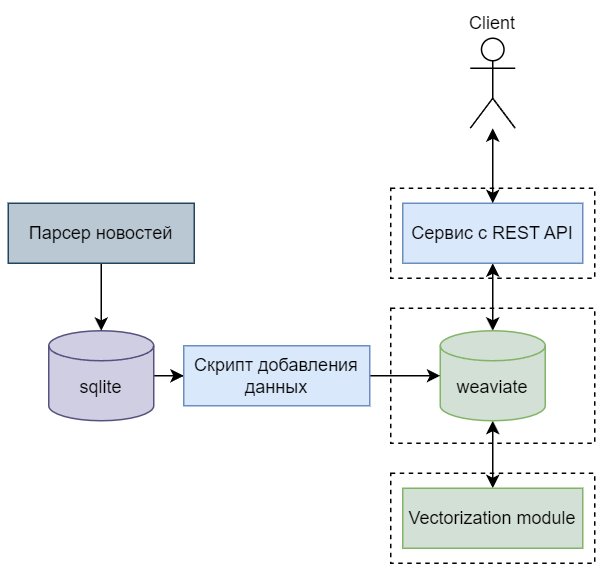
This is images/system-architecture.png from baaazik/diplom, a draw.io export, as it was before one commit. Source tidied: cells renumbered, new cells last; positions are measured from the earlier drawing's top-left corner, leaving out a move shared by most shapes.
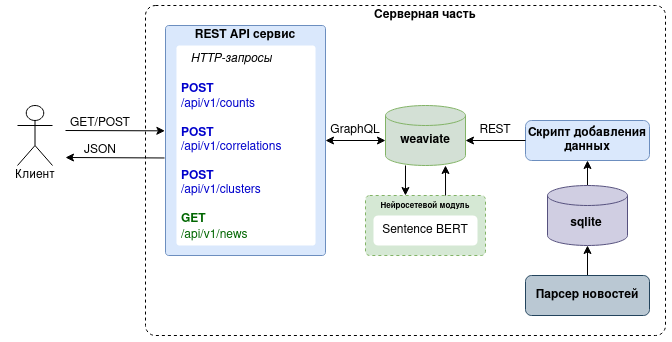
After the commit.

Change to the diagram source:
```diff
@@ -2,62 +2,99 @@
   <root>
     <mxCell id="0" />
     <mxCell id="1" parent="0" />
+    <mxCell id="21" style="rounded=0;whiteSpace=wrap;html=1;fillColor=none;strokeColor=none;" parent="1" vertex="1">
+      <mxGeometry x="397" y="440" width="80" height="60" as="geometry" />
+    </mxCell>
-    <mxCell id="2" style="rounded=0;whiteSpace=wrap;html=1;dashed=1;" parent="1" vertex="1">
-      <mxGeometry x="255" y="200" width="136" height="90" as="geometry" />
+    <mxCell id="2" style="rounded=1;whiteSpace=wrap;html=1;dashed=1;fillColor=none;arcSize=3;" parent="1" vertex="1">
+      <mxGeometry x="157" y="340" width="520" height="330" as="geometry" />
     </mxCell>
-    <mxCell id="3" style="rounded=0;whiteSpace=wrap;html=1;dashed=1;" parent="1" vertex="1">
-      <mxGeometry x="255" y="310" width="136" height="60" as="geometry" />
-    </mxCell>
-    <mxCell id="4" style="rounded=0;whiteSpace=wrap;html=1;dashed=1;" parent="1" vertex="1">
-      <mxGeometry x="255" y="120" width="136" height="60" as="geometry" />
-    </mxCell>
-    <mxCell id="5" style="edgeStyle=orthogonalEdgeStyle;rounded=0;jettySize=auto;html=1;entryX=0.5;entryY=1;entryDx=0;entryDy=0;entryPerimeter=0;startArrow=classic;startFill=1;" parent="1" edge="1" source="6" target="15">
-      <mxGeometry relative="1" as="geometry" />
-    </mxCell>
-    <mxCell id="6" value="Vectorization module" style="rounded=0;whiteSpace=wrap;html=1;fillColor=#D3E0D5;strokeColor=#82b366;" parent="1" vertex="1">
-      <mxGeometry x="263" y="320" width="120" height="40" as="geometry" />
-    </mxCell>
-    <mxCell id="7" style="edgeStyle=orthogonalEdgeStyle;rounded=0;jettySize=auto;html=1;startArrow=classic;startFill=1;" parent="1" edge="1" source="8" target="15">
-      <mxGeometry relative="1" as="geometry" />
-    </mxCell>
-    <mxCell id="8" value="Сервис с REST API" style="rounded=0;whiteSpace=wrap;html=1;fillColor=#dae8fc;strokeColor=#6c8ebf;" parent="1" vertex="1">
-      <mxGeometry x="263" y="130" width="120" height="40" as="geometry" />
-    </mxCell>
-    <mxCell id="9" style="edgeStyle=orthogonalEdgeStyle;rounded=0;jettySize=auto;html=1;startArrow=classic;startFill=1;" parent="1" edge="1" source="10" target="8">
-      <mxGeometry relative="1" as="geometry" />
-    </mxCell>
-    <mxCell id="10" style="shape=umlActor;verticalLabelPosition=bottom;verticalAlign=top;html=1;outlineConnect=0;" parent="1" vertex="1">
-      <mxGeometry x="308" y="20" width="30" height="60" as="geometry" />
-    </mxCell>
-    <mxCell id="11" value="Client" style="text;html=1;strokeColor=none;fillColor=none;align=center;verticalAlign=middle;whiteSpace=wrap;rounded=0;" parent="1" vertex="1">
-      <mxGeometry x="293" width="60" height="20" as="geometry" />
-    </mxCell>
     <mxCell id="12" style="edgeStyle=orthogonalEdgeStyle;rounded=0;jettySize=auto;html=1;" parent="1" edge="1" source="13" target="18">
       <mxGeometry relative="1" as="geometry" />
     </mxCell>
     <mxCell id="13" style="strokeWidth=1;html=1;shape=mxgraph.flowchart.database;whiteSpace=wrap;fillColor=#d0cee2;strokeColor=#56517e;" parent="1" vertex="1">
-      <mxGeometry x="27" y="215" width="70" height="60" as="geometry" />
+      <mxGeometry x="559" y="520" width="80" height="60" as="geometry" />
     </mxCell>
-    <mxCell id="14" value="sqlite" style="text;html=1;strokeColor=none;fillColor=none;align=center;verticalAlign=middle;whiteSpace=wrap;rounded=0;" parent="1" vertex="1">
-      <mxGeometry x="27" y="245" width="70" height="15" as="geometry" />
+    <mxCell id="14" value="&lt;b&gt;sqlite&lt;/b&gt;" style="text;html=1;strokeColor=none;fillColor=none;align=center;verticalAlign=middle;whiteSpace=wrap;rounded=0;" parent="1" vertex="1">
+      <mxGeometry x="559" y="550" width="78" height="15" as="geometry" />
     </mxCell>
     <mxCell id="15" style="strokeWidth=1;html=1;shape=mxgraph.flowchart.database;whiteSpace=wrap;fillColor=#D3E0D5;strokeColor=#82b366;" parent="1" vertex="1">
-      <mxGeometry x="288" y="215" width="70" height="60" as="geometry" />
+      <mxGeometry x="397" y="440" width="80" height="60" as="geometry" />
     </mxCell>
-    <mxCell id="16" value="weaviate" style="text;html=1;strokeColor=none;fillColor=none;align=center;verticalAlign=middle;whiteSpace=wrap;rounded=0;" parent="1" vertex="1">
-      <mxGeometry x="298" y="245" width="50" height="15" as="geometry" />
+    <mxCell id="16" value="&lt;b&gt;weaviate&lt;/b&gt;" style="text;html=1;strokeColor=none;fillColor=none;align=center;verticalAlign=middle;whiteSpace=wrap;rounded=0;" parent="1" vertex="1">
+      <mxGeometry x="397" y="467.5" width="80" height="15" as="geometry" />
     </mxCell>
-    <mxCell id="17" style="edgeStyle=orthogonalEdgeStyle;rounded=0;jettySize=auto;html=1;" parent="1" edge="1" source="18" target="15">
-      <mxGeometry relative="1" as="geometry" />
-    </mxCell>
-    <mxCell id="18" value="Скрипт добавления данных" style="rounded=0;whiteSpace=wrap;html=1;fillColor=#dae8fc;strokeColor=#6c8ebf;" parent="1" vertex="1">
-      <mxGeometry x="117" y="225" width="124" height="40" as="geometry" />
+    <mxCell id="18" value="&lt;b&gt;Скрипт добавления данных&lt;/b&gt;" style="rounded=1;whiteSpace=wrap;html=1;fillColor=#dae8fc;strokeColor=#6c8ebf;" parent="1" vertex="1">
+      <mxGeometry x="537" y="455" width="124" height="40" as="geometry" />
     </mxCell>
-    <mxCell id="19" style="edgeStyle=orthogonalEdgeStyle;rounded=0;jettySize=auto;html=1;entryX=0.5;entryY=0;entryDx=0;entryDy=0;entryPerimeter=0;" parent="1" edge="1" source="20" target="13">
+    <mxCell id="19" style="edgeStyle=orthogonalEdgeStyle;rounded=0;jettySize=auto;html=1;entryX=0.5;entryY=1;entryDx=0;entryDy=0;entryPerimeter=0;" parent="1" edge="1" source="20" target="13">
       <mxGeometry relative="1" as="geometry" />
     </mxCell>
-    <mxCell id="20" value="Парсер новостей" style="rounded=0;whiteSpace=wrap;html=1;fillColor=#bac8d3;strokeColor=#23445d;" parent="1" vertex="1">
-      <mxGeometry y="130" width="124" height="40" as="geometry" />
+    <mxCell id="20" value="&lt;b&gt;Парсер новостей&lt;/b&gt;" style="rounded=1;whiteSpace=wrap;html=1;fillColor=#bac8d3;strokeColor=#23445d;" parent="1" vertex="1">
+      <mxGeometry x="537" y="610" width="124" height="40" as="geometry" />
     </mxCell>
+    <mxCell id="22" style="rounded=1;whiteSpace=wrap;html=1;fillColor=#d5e8d4;strokeColor=#82b366;dashed=1;arcSize=7;" parent="1" vertex="1">
+      <mxGeometry x="377" y="530" width="120" height="60" as="geometry" />
+    </mxCell>
+    <mxCell id="23" value="&lt;b&gt;&lt;font style=&quot;font-size: 8px;&quot;&gt;Нейросетевой модуль&lt;br&gt;&lt;/font&gt;&lt;/b&gt;" style="text;html=1;strokeColor=none;fillColor=none;align=center;verticalAlign=middle;whiteSpace=wrap;rounded=0;" parent="1" vertex="1">
+      <mxGeometry x="377" y="530" width="120" height="20" as="geometry" />
+    </mxCell>
+    <mxCell id="24" value="Sentence BERT" style="rounded=1;whiteSpace=wrap;html=1;strokeColor=none;" parent="1" vertex="1">
+      <mxGeometry x="385" y="550" width="104" height="30" as="geometry" />
+    </mxCell>
+    <mxCell id="25" style="rounded=1;whiteSpace=wrap;html=1;fillColor=#dae8fc;strokeColor=#6c8ebf;arcSize=2;" parent="1" vertex="1">
+      <mxGeometry x="177" y="360" width="160" height="230" as="geometry" />
+    </mxCell>
+    <mxCell id="26" value="&lt;b&gt;REST API сервис&lt;br&gt;&lt;/b&gt;" style="text;html=1;strokeColor=none;fillColor=none;align=center;verticalAlign=middle;whiteSpace=wrap;rounded=0;" parent="1" vertex="1">
+      <mxGeometry x="177" y="360" width="160" height="20" as="geometry" />
+    </mxCell>
+    <mxCell id="27" value="&lt;div&gt;&lt;i&gt;&lt;br&gt;&lt;/i&gt;&lt;/div&gt;&lt;div align=&quot;center&quot;&gt;&lt;i&gt;HTTP-запросы&lt;/i&gt;&lt;/div&gt;&lt;div align=&quot;center&quot;&gt;&lt;i&gt;&lt;br&gt;&lt;/i&gt;&lt;/div&gt;&lt;div align=&quot;left&quot;&gt;&lt;font color=&quot;#0000cc&quot;&gt;&lt;b&gt;POST&lt;/b&gt;&lt;/font&gt;&lt;/div&gt;&lt;div align=&quot;left&quot;&gt;&lt;font color=&quot;#0000cc&quot;&gt;/api/v1/counts&lt;/font&gt;&lt;/div&gt;&lt;div align=&quot;left&quot;&gt;&lt;font color=&quot;#0000cc&quot;&gt;&lt;br&gt;&lt;/font&gt;&lt;/div&gt;&lt;div align=&quot;left&quot;&gt;&lt;font color=&quot;#0000cc&quot;&gt;&lt;b&gt;POST&lt;/b&gt;&lt;/font&gt;&lt;/div&gt;&lt;div align=&quot;left&quot;&gt;&lt;font color=&quot;#0000cc&quot;&gt;/api/v1/correlations&lt;/font&gt;&lt;/div&gt;&lt;div align=&quot;left&quot;&gt;&lt;font color=&quot;#0000cc&quot;&gt;&lt;br&gt;&lt;/font&gt;&lt;/div&gt;&lt;div align=&quot;left&quot;&gt;&lt;font color=&quot;#0000cc&quot;&gt;&lt;b&gt;POST&lt;/b&gt;&lt;/font&gt;&lt;/div&gt;&lt;div align=&quot;left&quot;&gt;&lt;font color=&quot;#0000cc&quot;&gt;/api/v1/clusters&lt;/font&gt;&lt;/div&gt;&lt;div align=&quot;left&quot;&gt;&lt;br&gt;&lt;/div&gt;&lt;div align=&quot;left&quot;&gt;&lt;font color=&quot;#006600&quot;&gt;&lt;b&gt;GET&lt;/b&gt;&lt;/font&gt;&lt;/div&gt;&lt;div align=&quot;left&quot;&gt;&lt;font color=&quot;#006600&quot;&gt;/api/v1/news&lt;i&gt;&lt;br&gt;&lt;/i&gt;&lt;/font&gt;&lt;/div&gt;&lt;div align=&quot;center&quot;&gt;&lt;i&gt;&lt;br&gt;&lt;/i&gt;&lt;/div&gt;" style="text;html=1;strokeColor=none;fillColor=default;spacing=5;spacingTop=-20;whiteSpace=wrap;overflow=hidden;rounded=1;arcSize=2;" parent="1" vertex="1">
+      <mxGeometry x="188" y="380" width="139" height="200" as="geometry" />
+    </mxCell>
+    <mxCell id="28" style="endArrow=classic;html=1;rounded=0;entryX=-0.004;entryY=0.458;entryDx=0;entryDy=0;entryPerimeter=0;" parent="1" edge="1" target="25">
+      <mxGeometry relative="1" as="geometry">
+        <mxPoint x="77" y="465" as="sourcePoint" />
+      </mxGeometry>
+    </mxCell>
+    <mxCell id="29" style="endArrow=classic;html=1;rounded=0;exitX=-0.006;exitY=0.576;exitDx=0;exitDy=0;exitPerimeter=0;" parent="1" edge="1" source="25">
+      <mxGeometry relative="1" as="geometry">
+        <mxPoint x="77" y="492" as="targetPoint" />
+      </mxGeometry>
+    </mxCell>
+    <mxCell id="30" value="JSON" style="text;html=1;strokeColor=none;fillColor=none;align=center;verticalAlign=middle;whiteSpace=wrap;rounded=0;" parent="1" vertex="1">
+      <mxGeometry x="76.5" y="475" width="70" height="20" as="geometry" />
+    </mxCell>
+    <mxCell id="31" style="group;" parent="1" vertex="1">
+      <mxGeometry x="16.5" y="440" width="60" height="80" as="geometry" />
+    </mxCell>
+    <mxCell id="10" style="shape=umlActor;verticalLabelPosition=bottom;verticalAlign=top;html=1;outlineConnect=0;" parent="31" vertex="1">
+      <mxGeometry x="12.5" width="35" height="60" as="geometry" />
+    </mxCell>
+    <mxCell id="11" value="Клиент" style="text;html=1;strokeColor=none;fillColor=none;align=center;verticalAlign=middle;whiteSpace=wrap;rounded=0;" parent="31" vertex="1">
+      <mxGeometry y="60" width="60" height="20" as="geometry" />
+    </mxCell>
+    <mxCell id="32" value="GET/POST" style="text;html=1;strokeColor=none;fillColor=none;align=center;verticalAlign=middle;whiteSpace=wrap;rounded=0;" parent="1" vertex="1">
+      <mxGeometry x="76.5" y="450" width="70" height="15" as="geometry" />
+    </mxCell>
+    <mxCell id="33" value="GraphQL" style="text;html=1;strokeColor=none;fillColor=none;align=center;verticalAlign=middle;whiteSpace=wrap;rounded=0;" parent="1" vertex="1">
+      <mxGeometry x="337" y="450" width="60" height="30" as="geometry" />
+    </mxCell>
+    <mxCell id="34" style="endArrow=none;startArrow=classic;html=1;rounded=0;exitX=0.333;exitY=0;exitDx=0;exitDy=0;exitPerimeter=0;entryX=0.25;entryY=1;entryDx=0;entryDy=0;endFill=0;" parent="1" edge="1" source="23" target="21">
+      <mxGeometry relative="1" as="geometry" />
+    </mxCell>
+    <mxCell id="35" style="endArrow=classic;startArrow=none;html=1;rounded=0;exitX=0.667;exitY=0;exitDx=0;exitDy=0;exitPerimeter=0;entryX=0.75;entryY=1;entryDx=0;entryDy=0;startFill=0;" parent="1" edge="1" source="23" target="21">
+      <mxGeometry relative="1" as="geometry" />
+    </mxCell>
+    <mxCell id="36" style="endArrow=classic;startArrow=classic;html=1;rounded=0;exitX=0;exitY=0.5;exitDx=0;exitDy=0;entryX=1;entryY=0.5;entryDx=0;entryDy=0;" parent="1" edge="1" source="16" target="25">
+      <mxGeometry relative="1" as="geometry" />
+    </mxCell>
+    <mxCell id="37" style="endArrow=classic;html=1;rounded=0;exitX=0;exitY=0.5;exitDx=0;exitDy=0;entryX=1;entryY=0.5;entryDx=0;entryDy=0;" parent="1" edge="1" source="18" target="16">
+      <mxGeometry relative="1" as="geometry" />
+    </mxCell>
+    <mxCell id="38" value="REST" style="text;html=1;strokeColor=none;fillColor=none;align=center;verticalAlign=middle;whiteSpace=wrap;rounded=0;" parent="1" vertex="1">
+      <mxGeometry x="477" y="450" width="60" height="30" as="geometry" />
+    </mxCell>
+    <mxCell id="39" value="Серверная часть" style="text;html=1;strokeColor=none;fillColor=none;align=center;verticalAlign=middle;whiteSpace=wrap;rounded=0;fontStyle=1;" parent="1" vertex="1">
+      <mxGeometry x="377" y="340" width="120" height="20" as="geometry" />
+    </mxCell>
   </root>
 </mxGraphModel>
```
